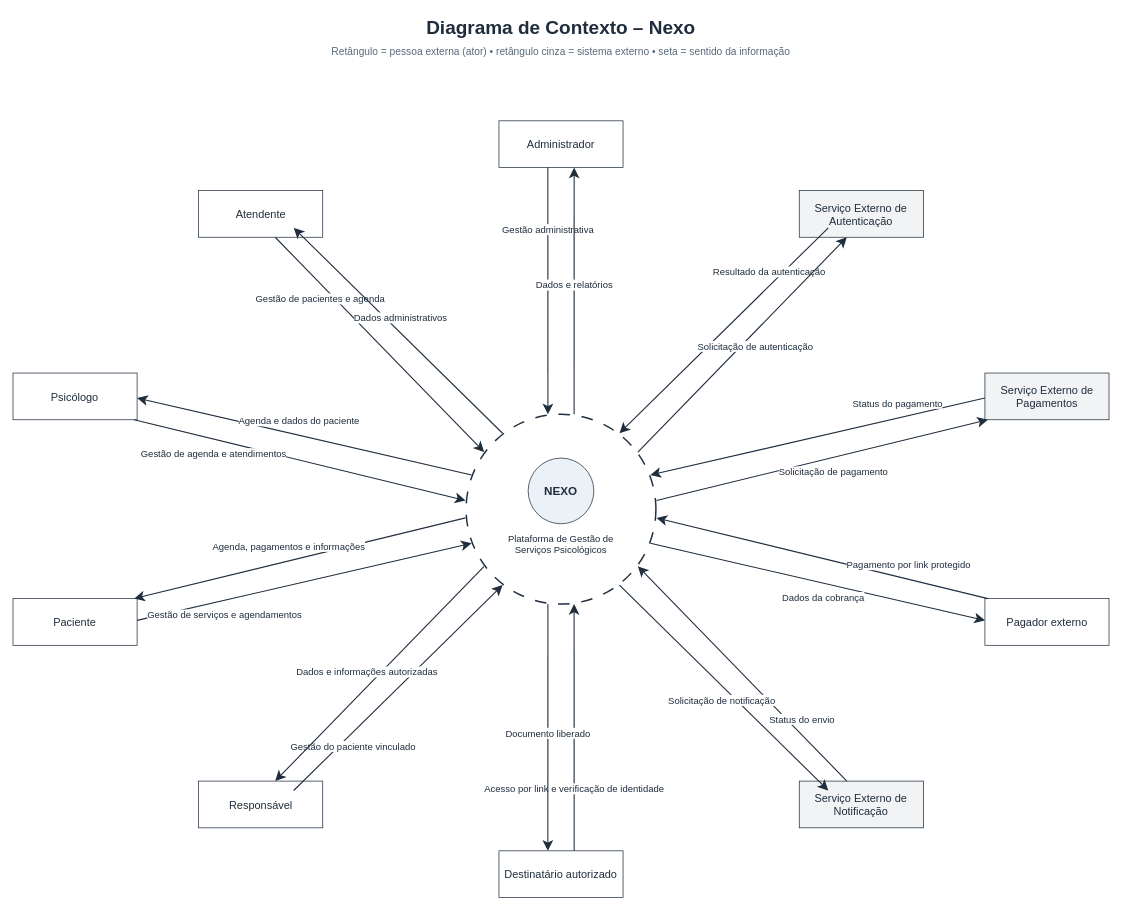
This is diagramas/contexto/diagrama-de-contexto.drawio from devcaline/nexo-modelagem, a draw.io file, before an edit. Source tidied: cells renumbered, new cells numbered last; positions are measured from the earlier drawing's top-left corner, leaving out a move shared by most shapes. Both pictures are drawn from the tidied source at 73%, with x=0, y=0 at pixel (12, 12).
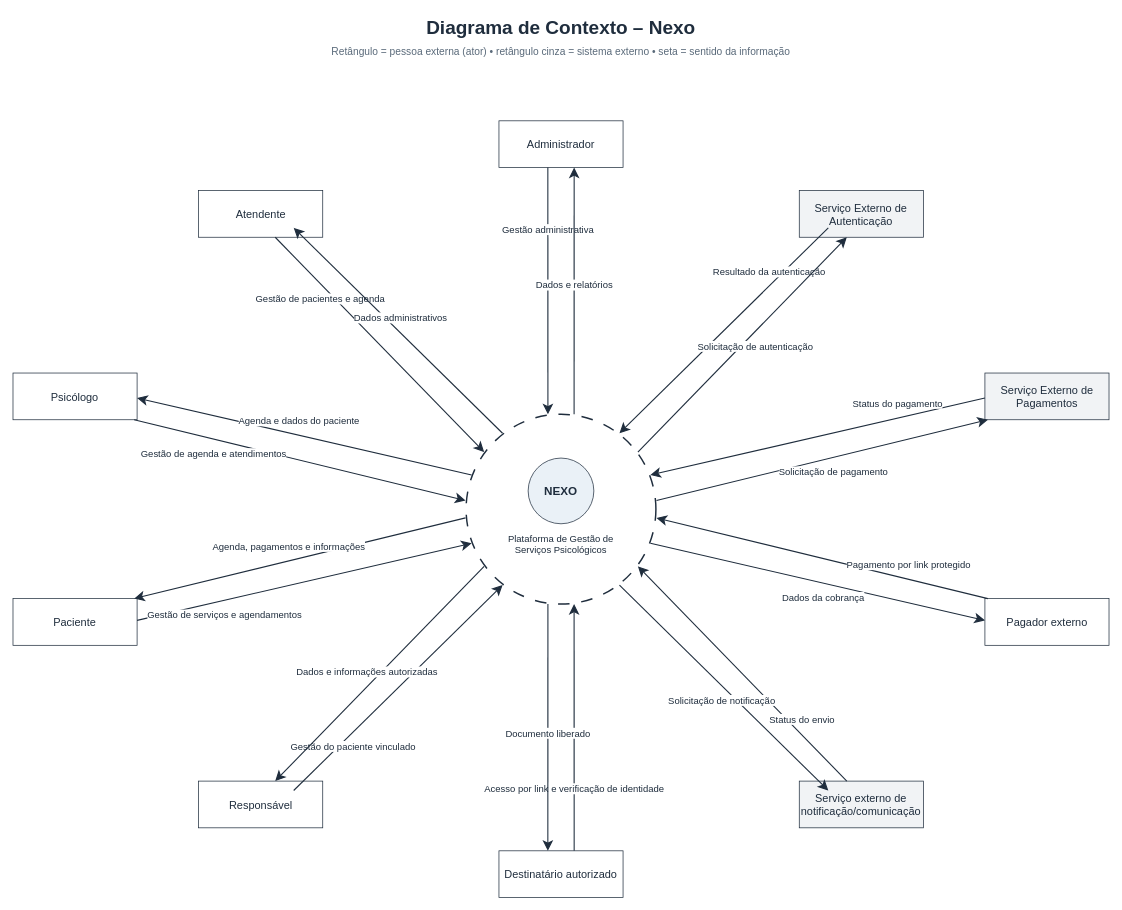
The same page after the edit.

Commit message (it also covers changes not shown here):
Renomeia o serviço de notificação no diagrama de contexto, alinhado ao documento de visão

Unchanged cells that the change refers to:
```xml
<mxCell id="4" style="ellipse;whiteSpace=wrap;html=1;dashed=1;dashPattern=8 8;strokeWidth=2;strokeColor=#1F2D3D;fillColor=#FFFFFF;" parent="1" vertex="1">
  <mxGeometry x="621" y="550" width="260" height="260" as="geometry" />
</mxCell>
```

The edit, as a diff of the source:
```diff
@@
-    <mxCell id="19" value="Serviço Externo de Notificação" style="rounded=0;whiteSpace=wrap;html=1;fontSize=15;strokeColor=#1F2D3D;fillColor=#F1F3F5;fontColor=#1F2D3D;" parent="1" vertex="1">
-      <mxGeometry x="1077.4" y="1052.5" width="170" height="64" as="geometry" />
-    </mxCell>
+    <mxCell id="37" value="Serviço externo de notificação/comunicação" style="rounded=0;whiteSpace=wrap;html=1;fontSize=15;strokeColor=#1F2D3D;fillColor=#F1F3F5;fontColor=#1F2D3D;" parent="1" vertex="1">
+      <mxGeometry x="1077.4" y="1052.5" width="170" height="64" as="geometry" />
+    </mxCell>
-    <mxCell id="20" value="Status do envio" style="html=1;rounded=0;edgeStyle=none;strokeColor=#1F2D3D;strokeWidth=1.5;endSize=10;startSize=10;exitX=0.383;exitY=0.000;exitDx=0;exitDy=0;exitPerimeter=0;entryX=0.905;entryY=0.801;entryDx=0;entryDy=0;entryPerimeter=0;endArrow=classic;endFill=1;startArrow=none;labelBackgroundColor=#FFFFFF;fontSize=13;fontColor=#1F2D3D;" parent="1" edge="1" source="19" target="4">
+    <mxCell id="20" value="Status do envio" style="html=1;rounded=0;edgeStyle=none;strokeColor=#1F2D3D;strokeWidth=1.5;endSize=10;startSize=10;exitX=0.383;exitY=0.000;exitDx=0;exitDy=0;exitPerimeter=0;entryX=0.905;entryY=0.801;entryDx=0;entryDy=0;entryPerimeter=0;endArrow=classic;endFill=1;startArrow=none;labelBackgroundColor=#FFFFFF;fontSize=13;fontColor=#1F2D3D;" parent="1" edge="1" source="37" target="4">
       <mxGeometry x="-0.5" relative="1" as="geometry">
         <mxPoint x="10" y="-10.2" as="offset" />
       </mxGeometry>
     </mxCell>
-    <mxCell id="21" value="Solicitação de notificação" style="html=1;rounded=0;edgeStyle=none;strokeColor=#1F2D3D;strokeWidth=1.5;endSize=10;startSize=10;exitX=0.234;exitY=0.201;exitDx=0;exitDy=0;exitPerimeter=0;entryX=0.808;entryY=0.900;entryDx=0;entryDy=0;entryPerimeter=0;endArrow=none;startArrow=classic;startFill=1;labelBackgroundColor=#FFFFFF;fontSize=13;fontColor=#1F2D3D;" parent="1" edge="1" source="19" target="4">
+    <mxCell id="21" value="Solicitação de notificação" style="html=1;rounded=0;edgeStyle=none;strokeColor=#1F2D3D;strokeWidth=1.5;endSize=10;startSize=10;exitX=0.234;exitY=0.201;exitDx=0;exitDy=0;exitPerimeter=0;entryX=0.808;entryY=0.900;entryDx=0;entryDy=0;entryPerimeter=0;endArrow=none;startArrow=classic;startFill=1;labelBackgroundColor=#FFFFFF;fontSize=13;fontColor=#1F2D3D;" parent="1" edge="1" source="37" target="4">
       <mxGeometry x="-0.05" relative="1" as="geometry">
         <mxPoint x="-10" y="10.2" as="offset" />
       </mxGeometry>
     </mxCell>
```
